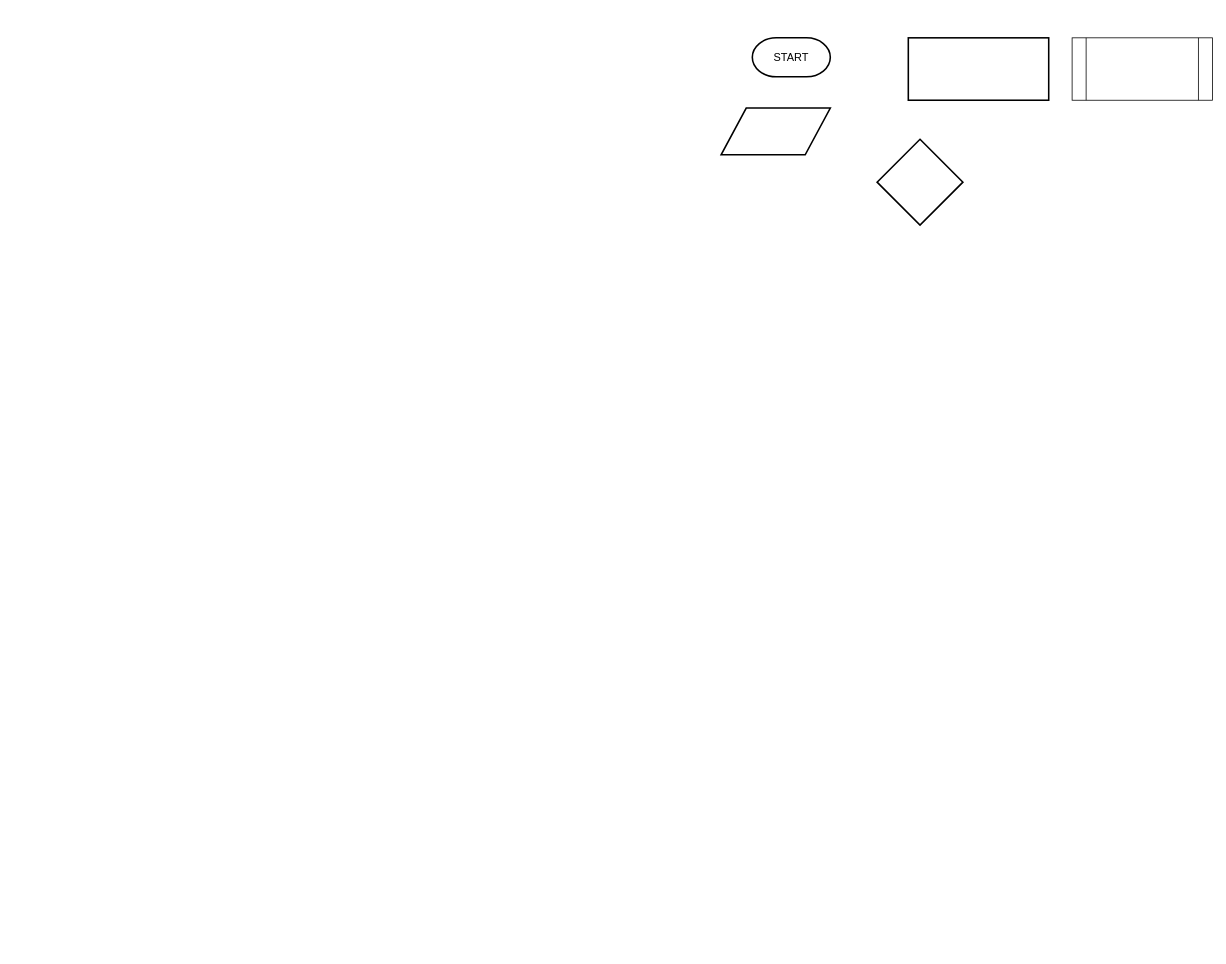
Above: docs/Flowchart.drawio in HarisHerdiansyah/swing-manajemen-bengkel (draw.io), before the change. Source tidied: cells renumbered, new cells numbered last; positions are measured from the earlier drawing's top-left corner, leaving out a move shared by most shapes. Both pictures are drawn from the tidied source at 78%, with x=0, y=0 at pixel (721, 37).
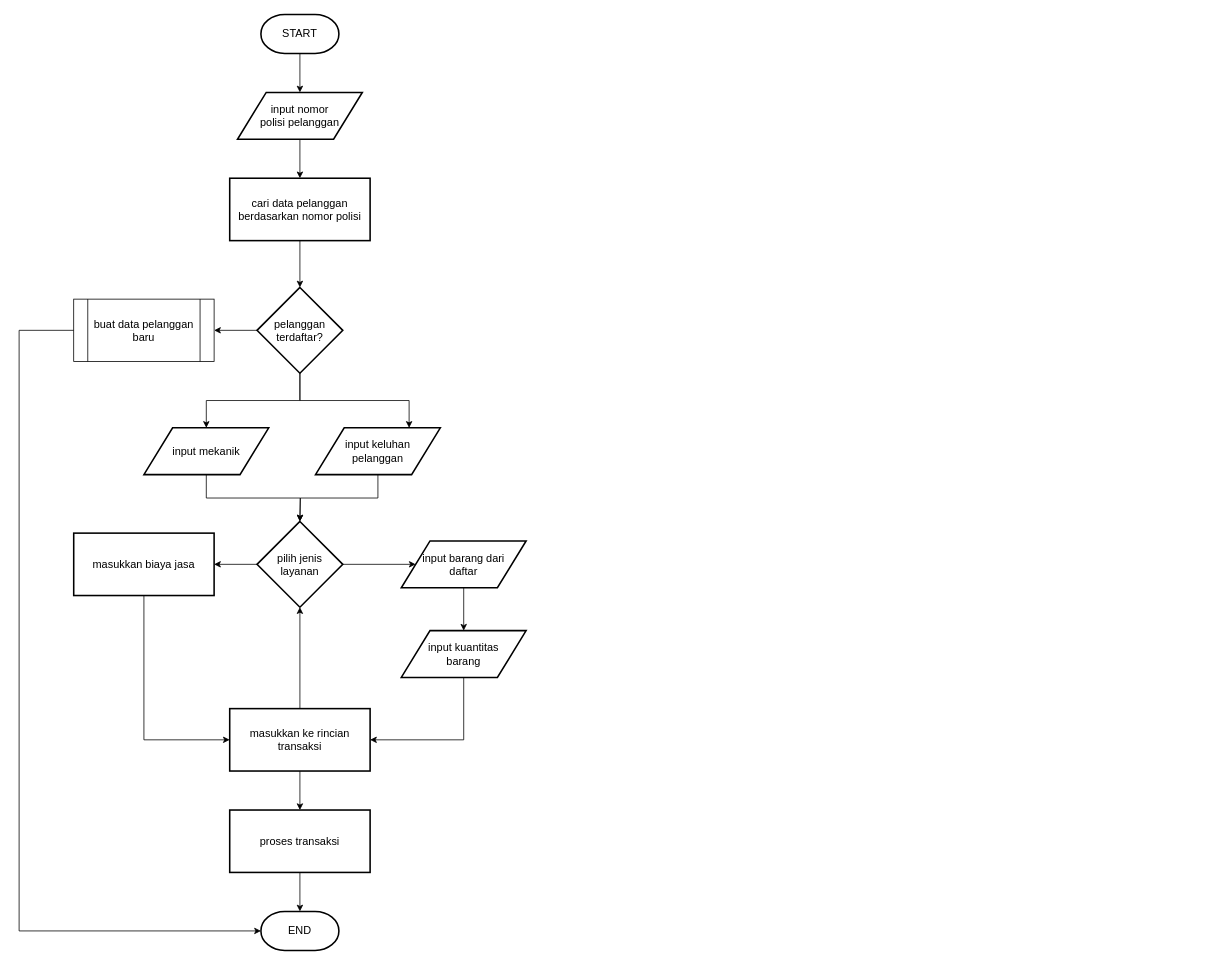
The same page after the edit.

Change to the diagram source:
```diff
@@
+    <mxCell id="7" style="edgeStyle=orthogonalEdgeStyle;rounded=0;jettySize=auto;html=1;" parent="1" edge="1" source="2" target="3">
+      <mxGeometry relative="1" as="geometry" />
+    </mxCell>
     <mxCell id="2" value="START" style="strokeWidth=2;html=1;shape=mxgraph.flowchart.terminator;whiteSpace=wrap;fontSize=14;" parent="1" vertex="1">
-      <mxGeometry x="40" width="100" height="50" as="geometry" />
+      <mxGeometry x="-590" y="-30" width="100" height="50" as="geometry" />
     </mxCell>
+    <mxCell id="8" style="edgeStyle=orthogonalEdgeStyle;rounded=0;jettySize=auto;html=1;" parent="1" edge="1" source="3" target="4">
+      <mxGeometry relative="1" as="geometry" />
+    </mxCell>
-    <mxCell id="3" style="shape=parallelogram;html=1;strokeWidth=2;perimeter=parallelogramPerimeter;whiteSpace=wrap;rounded=1;arcSize=0;size=0.23;fontSize=14;" parent="1" vertex="1">
-      <mxGeometry y="90" width="140" height="60" as="geometry" />
+    <mxCell id="3" value="input nomor&lt;div&gt;polisi pelanggan&lt;/div&gt;" style="shape=parallelogram;html=1;strokeWidth=2;perimeter=parallelogramPerimeter;whiteSpace=wrap;rounded=1;arcSize=0;size=0.23;fontSize=14;" parent="1" vertex="1">
+      <mxGeometry x="-620" y="70" width="160" height="60" as="geometry" />
     </mxCell>
+    <mxCell id="9" style="edgeStyle=orthogonalEdgeStyle;rounded=0;jettySize=auto;html=1;" parent="1" edge="1" source="4" target="5">
+      <mxGeometry relative="1" as="geometry" />
+    </mxCell>
-    <mxCell id="4" style="rounded=1;whiteSpace=wrap;html=1;absoluteArcSize=1;arcSize=0;strokeWidth=2;fontSize=14;" parent="1" vertex="1">
-      <mxGeometry x="240" width="180" height="80" as="geometry" />
+    <mxCell id="4" value="cari data pelanggan berdasarkan nomor polisi" style="rounded=1;whiteSpace=wrap;html=1;absoluteArcSize=1;arcSize=0;strokeWidth=2;fontSize=14;" parent="1" vertex="1">
+      <mxGeometry x="-630" y="180" width="180" height="80" as="geometry" />
     </mxCell>
+    <mxCell id="10" style="edgeStyle=orthogonalEdgeStyle;rounded=0;jettySize=auto;html=1;" parent="1" edge="1" source="5" target="6">
+      <mxGeometry relative="1" as="geometry" />
+    </mxCell>
+    <mxCell id="11" style="edgeStyle=orthogonalEdgeStyle;rounded=0;jettySize=auto;html=1;exitX=0.5;exitY=1;exitDx=0;exitDy=0;exitPerimeter=0;" parent="1" edge="1" source="5" target="16">
+      <mxGeometry relative="1" as="geometry" />
+    </mxCell>
+    <mxCell id="12" style="edgeStyle=orthogonalEdgeStyle;rounded=0;jettySize=auto;html=1;exitX=0.5;exitY=1;exitDx=0;exitDy=0;exitPerimeter=0;entryX=0.75;entryY=0;entryDx=0;entryDy=0;" parent="1" edge="1" source="5" target="14">
+      <mxGeometry relative="1" as="geometry" />
+    </mxCell>
-    <mxCell id="5" style="strokeWidth=2;html=1;shape=mxgraph.flowchart.decision;whiteSpace=wrap;fontSize=14;" parent="1" vertex="1">
-      <mxGeometry x="200" y="130" width="110" height="110" as="geometry" />
+    <mxCell id="5" value="pelanggan&lt;div&gt;terdaftar?&lt;/div&gt;" style="strokeWidth=2;html=1;shape=mxgraph.flowchart.decision;whiteSpace=wrap;fontSize=14;" parent="1" vertex="1">
+      <mxGeometry x="-595" y="320" width="110" height="110" as="geometry" />
     </mxCell>
-    <mxCell id="6" style="verticalLabelPosition=bottom;verticalAlign=top;html=1;shape=process;whiteSpace=wrap;rounded=1;size=0.1;arcSize=0;fontSize=14;" parent="1" vertex="1">
-      <mxGeometry x="450" width="180" height="80" as="geometry" />
+    <mxCell id="6" value="buat data pelanggan baru" style="verticalLabelPosition=middle;verticalAlign=middle;html=1;shape=process;whiteSpace=wrap;rounded=1;size=0.1;arcSize=0;fontSize=14;labelPosition=center;align=center;" parent="1" vertex="1">
+      <mxGeometry x="-830" y="335" width="180" height="80" as="geometry" />
     </mxCell>
+    <mxCell id="13" style="edgeStyle=orthogonalEdgeStyle;rounded=0;jettySize=auto;html=1;exitX=0.5;exitY=1;exitDx=0;exitDy=0;" parent="1" edge="1" source="14">
+      <mxGeometry relative="1" as="geometry">
+        <mxPoint x="-540" y="620" as="targetPoint" />
+      </mxGeometry>
+    </mxCell>
+    <mxCell id="14" value="input keluhan&lt;div&gt;pelanggan&lt;/div&gt;" style="shape=parallelogram;html=1;strokeWidth=2;perimeter=parallelogramPerimeter;whiteSpace=wrap;rounded=1;arcSize=0;size=0.23;fontSize=14;" parent="1" vertex="1">
+      <mxGeometry x="-520" y="500" width="160" height="60" as="geometry" />
+    </mxCell>
+    <mxCell id="15" style="edgeStyle=orthogonalEdgeStyle;rounded=0;jettySize=auto;html=1;exitX=0.5;exitY=1;exitDx=0;exitDy=0;" parent="1" edge="1" source="16">
+      <mxGeometry relative="1" as="geometry">
+        <mxPoint x="-540" y="620" as="targetPoint" />
+      </mxGeometry>
+    </mxCell>
+    <mxCell id="16" value="input mekanik" style="shape=parallelogram;html=1;strokeWidth=2;perimeter=parallelogramPerimeter;whiteSpace=wrap;rounded=1;arcSize=0;size=0.23;fontSize=14;" parent="1" vertex="1">
+      <mxGeometry x="-740" y="500" width="160" height="60" as="geometry" />
+    </mxCell>
+    <mxCell id="17" style="edgeStyle=orthogonalEdgeStyle;rounded=0;jettySize=auto;html=1;" parent="1" edge="1" source="19" target="21">
+      <mxGeometry relative="1" as="geometry" />
+    </mxCell>
+    <mxCell id="18" style="edgeStyle=orthogonalEdgeStyle;rounded=0;jettySize=auto;html=1;" parent="1" edge="1" source="19" target="23">
+      <mxGeometry relative="1" as="geometry" />
+    </mxCell>
+    <mxCell id="19" value="pilih jenis&lt;div&gt;layanan&lt;/div&gt;" style="strokeWidth=2;html=1;shape=mxgraph.flowchart.decision;whiteSpace=wrap;fontSize=14;" parent="1" vertex="1">
+      <mxGeometry x="-595" y="620" width="110" height="110" as="geometry" />
+    </mxCell>
+    <mxCell id="20" style="edgeStyle=orthogonalEdgeStyle;rounded=0;jettySize=auto;html=1;exitX=0.5;exitY=1;exitDx=0;exitDy=0;entryX=0;entryY=0.5;entryDx=0;entryDy=0;" parent="1" edge="1" source="21" target="27">
+      <mxGeometry relative="1" as="geometry" />
+    </mxCell>
+    <mxCell id="21" value="masukkan biaya jasa" style="rounded=1;whiteSpace=wrap;html=1;absoluteArcSize=1;arcSize=0;strokeWidth=2;fontSize=14;" parent="1" vertex="1">
+      <mxGeometry x="-830" y="635" width="180" height="80" as="geometry" />
+    </mxCell>
+    <mxCell id="22" style="edgeStyle=orthogonalEdgeStyle;rounded=0;jettySize=auto;html=1;" parent="1" edge="1" source="23" target="25">
+      <mxGeometry relative="1" as="geometry" />
+    </mxCell>
+    <mxCell id="23" value="input barang dari&lt;div&gt;daftar&lt;/div&gt;" style="shape=parallelogram;html=1;strokeWidth=2;perimeter=parallelogramPerimeter;whiteSpace=wrap;rounded=1;arcSize=0;size=0.23;fontSize=14;" parent="1" vertex="1">
+      <mxGeometry x="-410" y="645" width="160" height="60" as="geometry" />
+    </mxCell>
+    <mxCell id="24" style="edgeStyle=orthogonalEdgeStyle;rounded=0;jettySize=auto;html=1;exitX=0.5;exitY=1;exitDx=0;exitDy=0;entryX=1;entryY=0.5;entryDx=0;entryDy=0;" parent="1" edge="1" source="25" target="27">
+      <mxGeometry relative="1" as="geometry" />
+    </mxCell>
+    <mxCell id="25" value="input kuantitas&lt;div&gt;barang&lt;/div&gt;" style="shape=parallelogram;html=1;strokeWidth=2;perimeter=parallelogramPerimeter;whiteSpace=wrap;rounded=1;arcSize=0;size=0.23;fontSize=14;" parent="1" vertex="1">
+      <mxGeometry x="-410" y="760" width="160" height="60" as="geometry" />
+    </mxCell>
+    <mxCell id="26" style="edgeStyle=orthogonalEdgeStyle;rounded=0;jettySize=auto;html=1;" parent="1" edge="1" source="27" target="29">
+      <mxGeometry relative="1" as="geometry" />
+    </mxCell>
+    <mxCell id="27" value="masukkan ke rincian transaksi" style="rounded=1;whiteSpace=wrap;html=1;absoluteArcSize=1;arcSize=0;strokeWidth=2;fontSize=14;" parent="1" vertex="1">
+      <mxGeometry x="-630" y="860" width="180" height="80" as="geometry" />
+    </mxCell>
+    <mxCell id="28" style="edgeStyle=orthogonalEdgeStyle;rounded=0;jettySize=auto;html=1;" parent="1" edge="1" source="29" target="31">
+      <mxGeometry relative="1" as="geometry" />
+    </mxCell>
+    <mxCell id="29" value="proses transaksi" style="rounded=1;whiteSpace=wrap;html=1;absoluteArcSize=1;arcSize=0;strokeWidth=2;fontSize=14;" parent="1" vertex="1">
+      <mxGeometry x="-630" y="990" width="180" height="80" as="geometry" />
+    </mxCell>
+    <mxCell id="30" style="edgeStyle=orthogonalEdgeStyle;rounded=0;jettySize=auto;html=1;exitX=0.5;exitY=0;exitDx=0;exitDy=0;entryX=0.5;entryY=1;entryDx=0;entryDy=0;entryPerimeter=0;" parent="1" edge="1" source="27" target="19">
+      <mxGeometry relative="1" as="geometry" />
+    </mxCell>
+    <mxCell id="31" value="END" style="strokeWidth=2;html=1;shape=mxgraph.flowchart.terminator;whiteSpace=wrap;fontSize=14;" parent="1" vertex="1">
+      <mxGeometry x="-590" y="1120" width="100" height="50" as="geometry" />
+    </mxCell>
+    <mxCell id="32" style="edgeStyle=orthogonalEdgeStyle;rounded=0;jettySize=auto;html=1;exitX=0;exitY=0.5;exitDx=0;exitDy=0;entryX=0;entryY=0.5;entryDx=0;entryDy=0;entryPerimeter=0;" parent="1" edge="1" source="6" target="31">
+      <mxGeometry relative="1" as="geometry">
+        <Array as="points">
+          <mxPoint x="-900" y="375" />
+          <mxPoint x="-900" y="1145" />
+        </Array>
+      </mxGeometry>
+    </mxCell>
```
